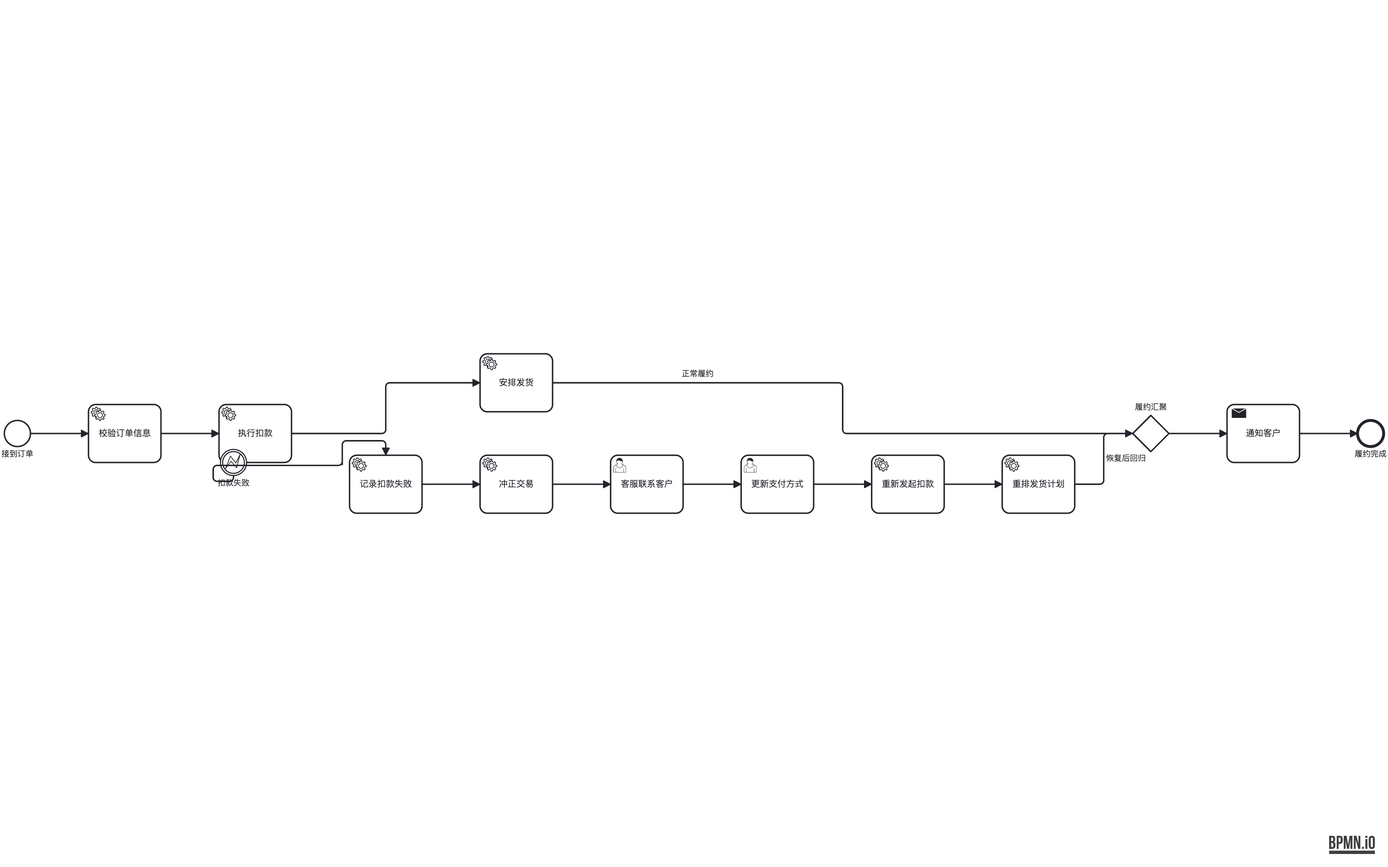
The BPMN diagram out-bpmn-png/80-boundary-handler-long-chain-merge.png in LcpMarvel/tramito-layout, before a commit. Its source is kept beside it as out-xml/80-boundary-handler-long-chain-merge.bpmn. Ids are renumbered.
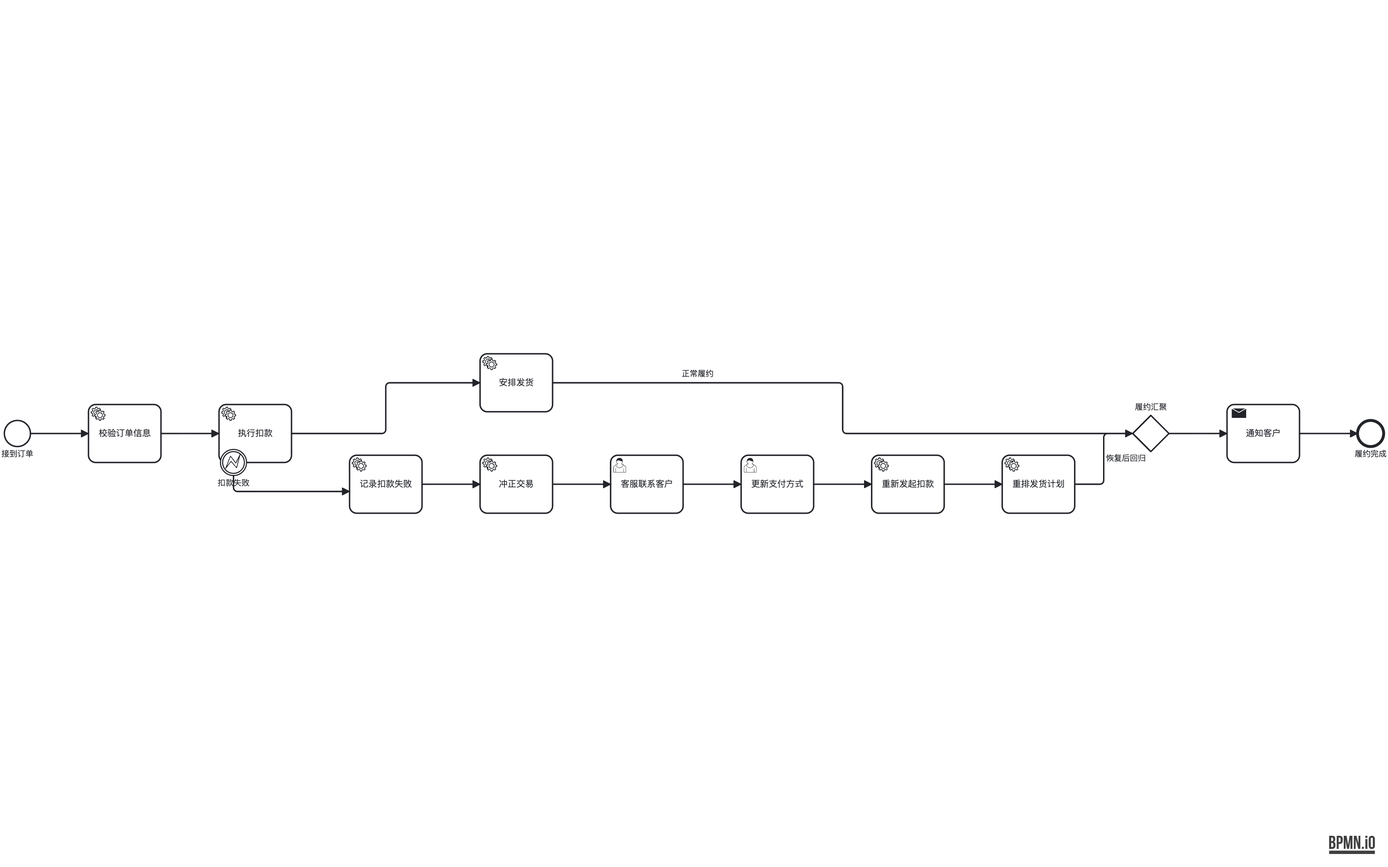
Later version of the same file.

Commit message:
fix(edge-router): boundary→handler「先潜后横」——消掉沿 host 边线慢跑（用户目检 80）

The edit, as a diff of the source:
```diff
@@ -162,14 +162,8 @@
       </bpmndi:BPMNEdge>
       <bpmndi:BPMNEdge id="flow_bd_h1_di" bpmnElement="flow_bd_h1">
         <di:waypoint x="378" y="200" />
-        <di:waypoint x="378" y="208" />
-        <di:waypoint x="350" y="208" />
-        <di:waypoint x="350" y="186" />
-        <di:waypoint x="528" y="186" />
-        <di:waypoint x="528" y="180" />
-        <di:waypoint x="528" y="152" />
-        <di:waypoint x="588" y="152" />
-        <di:waypoint x="588" y="172" />
+        <di:waypoint x="378" y="222" />
+        <di:waypoint x="538" y="222" />
       </bpmndi:BPMNEdge>
       <bpmndi:BPMNEdge id="flow_h1_h2_di" bpmnElement="flow_h1_h2">
         <di:waypoint x="638" y="212" />
```
